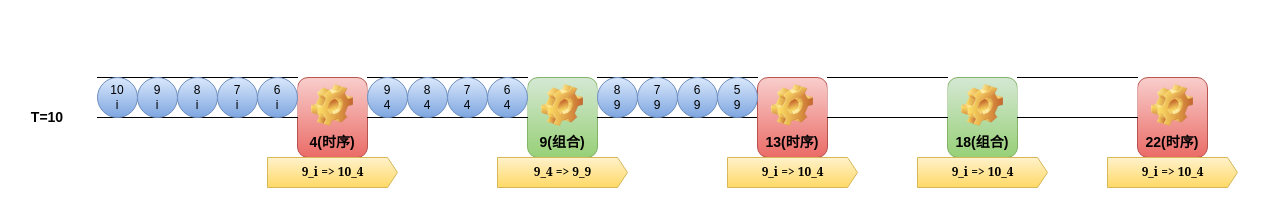
The draw.io diagram verilator_digrams/推测执行.drawio in Dercury/CLDK, before the edit. Source tidied: cells renumbered, new cells numbered last; positions are measured from the earlier drawing's top-left corner, leaving out a move shared by most shapes. Both pictures are drawn from the tidied source at 100%, with x=0, y=0 at pixel (17, 77).
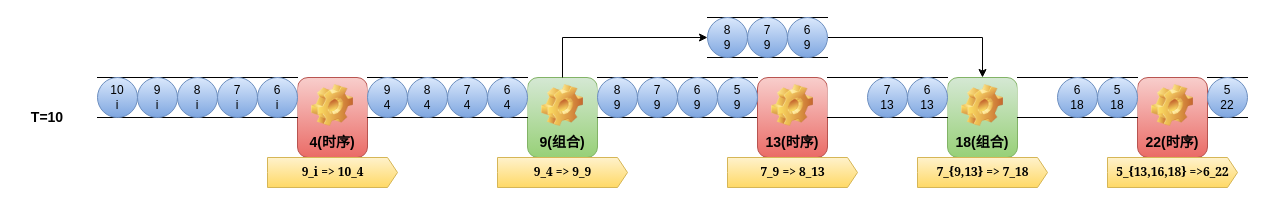
After the change.

Commit message (it also covers changes not shown here):
更新推测执行.drawio

Unchanged cells that the change refers to:
```xml
<mxCell id="3" value="9(组合)" style="label;whiteSpace=wrap;html=1;align=center;verticalAlign=bottom;spacingLeft=0;spacingBottom=4;imageAlign=center;imageVerticalAlign=top;image=img/clipart/Gear_128x128.png;fontSize=14;fillColor=#d5e8d4;gradientColor=#97d077;strokeColor=#82b366;" parent="1" vertex="1">
  <mxGeometry x="510" width="70" height="80" as="geometry" />
</mxCell>
<mxCell id="10" value="18(组合)" style="label;whiteSpace=wrap;html=1;align=center;verticalAlign=bottom;spacingLeft=0;spacingBottom=4;imageAlign=center;imageVerticalAlign=top;image=img/clipart/Gear_128x128.png;fontSize=14;fillColor=#d5e8d4;gradientColor=#97d077;strokeColor=#82b366;" parent="1" vertex="1">
  <mxGeometry x="930" width="70" height="80" as="geometry" />
</mxCell>
```

Diff of the diagram source:
```diff
@@
+    <mxCell id="31" style="html=1;dashed=0;whiteSpace=wrap;shape=partialRectangle;right=0;left=0;" parent="1" vertex="1">
+      <mxGeometry x="1190" width="40" height="40" as="geometry" />
+    </mxCell>
@@
-    <mxCell id="20" value="9_i =&amp;gt; 10_4" style="html=1;shadow=0;dashed=0;align=center;verticalAlign=middle;shape=mxgraph.arrows2.arrow;dy=0;dx=10;notch=0;fillColor=#fff2cc;gradientColor=#ffd966;strokeColor=#d6b656;fontFamily=Georgia;fontStyle=1;" parent="1" vertex="1">
+    <mxCell id="20" value="7_9 =&amp;gt; 8_13" style="html=1;shadow=0;dashed=0;align=center;verticalAlign=middle;shape=mxgraph.arrows2.arrow;dy=0;dx=10;notch=0;fillColor=#fff2cc;gradientColor=#ffd966;strokeColor=#d6b656;fontFamily=Georgia;fontStyle=1;" parent="1" vertex="1">
       <mxGeometry x="710" y="80" width="130" height="30" as="geometry" />
     </mxCell>
-    <mxCell id="21" value="9_i =&amp;gt; 10_4" style="html=1;shadow=0;dashed=0;align=center;verticalAlign=middle;shape=mxgraph.arrows2.arrow;dy=0;dx=10;notch=0;fillColor=#fff2cc;gradientColor=#ffd966;strokeColor=#d6b656;fontFamily=Georgia;fontStyle=1;" parent="1" vertex="1">
+    <mxCell id="21" value="7_{9,13} =&amp;gt; 7_18" style="html=1;shadow=0;dashed=0;align=center;verticalAlign=middle;shape=mxgraph.arrows2.arrow;dy=0;dx=10;notch=0;fillColor=#fff2cc;gradientColor=#ffd966;strokeColor=#d6b656;fontFamily=Georgia;fontStyle=1;" parent="1" vertex="1">
       <mxGeometry x="900" y="80" width="130" height="30" as="geometry" />
     </mxCell>
-    <mxCell id="22" value="9_i =&amp;gt; 10_4" style="html=1;shadow=0;dashed=0;align=center;verticalAlign=middle;shape=mxgraph.arrows2.arrow;dy=0;dx=10;notch=0;fillColor=#fff2cc;gradientColor=#ffd966;strokeColor=#d6b656;fontFamily=Georgia;fontStyle=1;" parent="1" vertex="1">
+    <mxCell id="22" value="5_{13,16,18} =&amp;gt;6_22" style="html=1;shadow=0;dashed=0;align=center;verticalAlign=middle;shape=mxgraph.arrows2.arrow;dy=0;dx=10;notch=0;fillColor=#fff2cc;gradientColor=#ffd966;strokeColor=#d6b656;fontFamily=Georgia;fontStyle=1;" parent="1" vertex="1">
       <mxGeometry x="1090" y="80" width="130" height="30" as="geometry" />
     </mxCell>
@@
+    <mxCell id="32" value="&lt;div&gt;6&lt;/div&gt;&lt;div&gt;13&lt;/div&gt;" style="ellipse;whiteSpace=wrap;html=1;fillColor=#dae8fc;gradientColor=#7ea6e0;strokeColor=#6c8ebf;" parent="1" vertex="1">
+      <mxGeometry x="890" width="40" height="40" as="geometry" />
+    </mxCell>
+    <mxCell id="33" value="&lt;div&gt;7&lt;/div&gt;&lt;div&gt;13&lt;/div&gt;" style="ellipse;whiteSpace=wrap;html=1;fillColor=#dae8fc;gradientColor=#7ea6e0;strokeColor=#6c8ebf;" parent="1" vertex="1">
+      <mxGeometry x="850" width="40" height="40" as="geometry" />
+    </mxCell>
+    <mxCell id="34" style="edgeStyle=orthogonalEdgeStyle;rounded=0;jettySize=auto;html=1;entryX=0.5;entryY=0;entryDx=0;entryDy=0;" parent="1" edge="1" source="35" target="10">
+      <mxGeometry relative="1" as="geometry" />
+    </mxCell>
+    <mxCell id="35" style="html=1;dashed=0;whiteSpace=wrap;shape=partialRectangle;right=0;left=0;" parent="1" vertex="1">
+      <mxGeometry x="690" y="-60" width="120" height="40" as="geometry" />
+    </mxCell>
+    <mxCell id="36" value="&lt;div&gt;6&lt;/div&gt;&lt;div&gt;9&lt;/div&gt;" style="ellipse;whiteSpace=wrap;html=1;fillColor=#dae8fc;gradientColor=#7ea6e0;strokeColor=#6c8ebf;" parent="1" vertex="1">
+      <mxGeometry x="770" y="-60" width="40" height="40" as="geometry" />
+    </mxCell>
+    <mxCell id="37" value="&lt;div&gt;7&lt;/div&gt;&lt;div&gt;9&lt;/div&gt;" style="ellipse;whiteSpace=wrap;html=1;fillColor=#dae8fc;gradientColor=#7ea6e0;strokeColor=#6c8ebf;" parent="1" vertex="1">
+      <mxGeometry x="730" y="-60" width="40" height="40" as="geometry" />
+    </mxCell>
+    <mxCell id="38" value="&lt;div&gt;8&lt;/div&gt;&lt;div&gt;9&lt;/div&gt;" style="ellipse;whiteSpace=wrap;html=1;fillColor=#dae8fc;gradientColor=#7ea6e0;strokeColor=#6c8ebf;" parent="1" vertex="1">
+      <mxGeometry x="690" y="-60" width="40" height="40" as="geometry" />
+    </mxCell>
+    <mxCell id="39" style="edgeStyle=orthogonalEdgeStyle;rounded=0;jettySize=auto;html=1;exitX=0.5;exitY=0;exitDx=0;exitDy=0;entryX=0;entryY=0.5;entryDx=0;entryDy=0;" parent="1" edge="1" source="3" target="38">
+      <mxGeometry relative="1" as="geometry" />
+    </mxCell>
+    <mxCell id="40" value="&lt;div&gt;6&lt;/div&gt;&lt;div&gt;18&lt;/div&gt;" style="ellipse;whiteSpace=wrap;html=1;fillColor=#dae8fc;gradientColor=#7ea6e0;strokeColor=#6c8ebf;" parent="1" vertex="1">
+      <mxGeometry x="1040" width="40" height="40" as="geometry" />
+    </mxCell>
+    <mxCell id="41" value="&lt;div&gt;5&lt;/div&gt;&lt;div&gt;18&lt;/div&gt;" style="ellipse;whiteSpace=wrap;html=1;fillColor=#dae8fc;gradientColor=#7ea6e0;strokeColor=#6c8ebf;" parent="1" vertex="1">
+      <mxGeometry x="1080" width="40" height="40" as="geometry" />
+    </mxCell>
+    <mxCell id="42" value="&lt;div&gt;5&lt;/div&gt;&lt;div&gt;22&lt;/div&gt;" style="ellipse;whiteSpace=wrap;html=1;fillColor=#dae8fc;gradientColor=#7ea6e0;strokeColor=#6c8ebf;" parent="1" vertex="1">
+      <mxGeometry x="1190" width="40" height="40" as="geometry" />
+    </mxCell>
```
